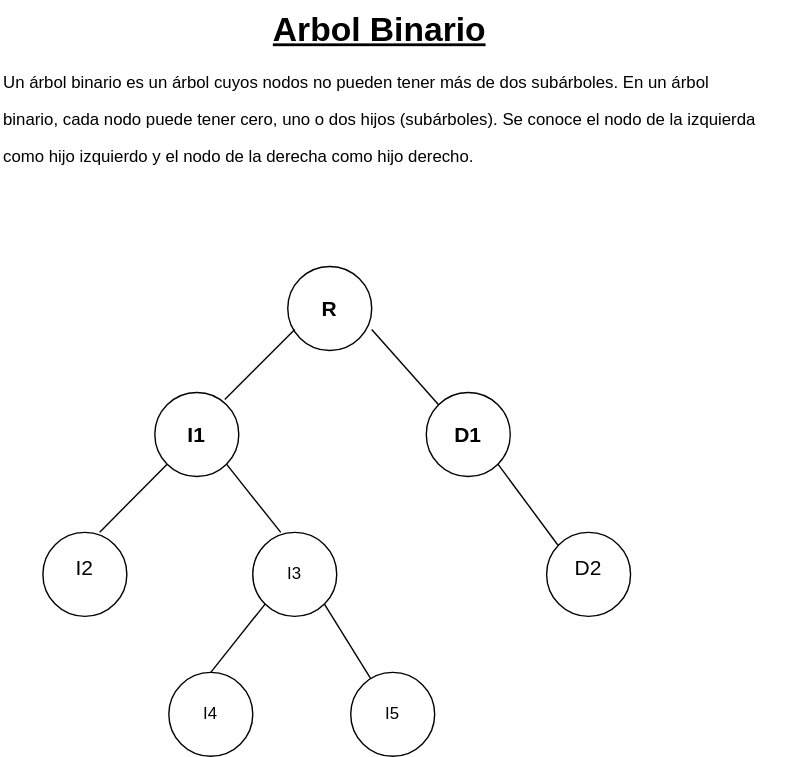
The draw.io diagram Estructura-de-datos/Arboles/Arbol-binario.drawio.svg in Nordcode-cyber/Algoritmos-Estructdatos, before a commit. Source tidied: cells renumbered, new cells last; positions are measured from the earlier drawing's top-left corner, leaving out a move shared by most shapes.
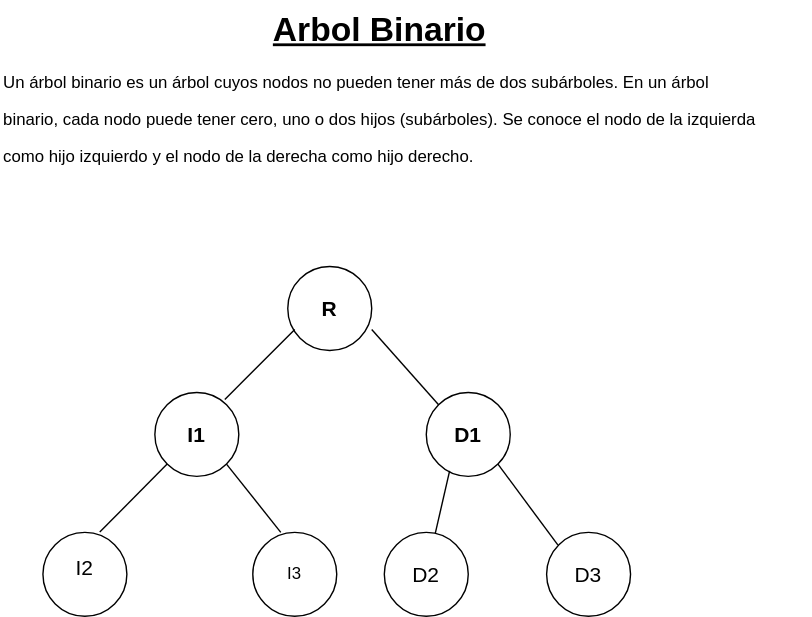
After the commit.

The edit, as a diff of the source:
```diff
@@ -53,33 +53,24 @@
       <mxGeometry x="390" y="380" width="60" height="60" as="geometry" />
     </mxCell>
     <mxCell id="17" value="&lt;span style=&quot;font-size: 15px;&quot;&gt;D2&lt;/span&gt;" style="text;html=1;align=center;verticalAlign=middle;whiteSpace=wrap;rounded=0;" parent="1" vertex="1">
-      <mxGeometry x="390" y="390" width="60" height="30" as="geometry" />
+      <mxGeometry x="274" y="395" width="60" height="30" as="geometry" />
     </mxCell>
     <mxCell id="18" style="endArrow=none;html=1;entryX=1;entryY=1;entryDx=0;entryDy=0;" parent="1" edge="1" target="4">
       <mxGeometry relative="1" as="geometry">
         <mxPoint x="398" y="389" as="sourcePoint" />
       </mxGeometry>
     </mxCell>
-    <mxCell id="19" style="ellipse;whiteSpace=wrap;html=1;fillColor=none;" parent="1" vertex="1">
-      <mxGeometry x="120" y="480" width="60" height="60" as="geometry" />
-    </mxCell>
-    <mxCell id="20" style="ellipse;whiteSpace=wrap;html=1;fillColor=none;" parent="1" vertex="1">
-      <mxGeometry x="250" y="480" width="60" height="60" as="geometry" />
-    </mxCell>
-    <mxCell id="21" value="I4" style="text;html=1;align=center;verticalAlign=middle;whiteSpace=wrap;rounded=0;" parent="1" vertex="1">
-      <mxGeometry x="120" y="495" width="60" height="30" as="geometry" />
-    </mxCell>
-    <mxCell id="22" value="I5" style="text;html=1;align=center;verticalAlign=middle;whiteSpace=wrap;rounded=0;" parent="1" vertex="1">
-      <mxGeometry x="250" y="495" width="60" height="30" as="geometry" />
-    </mxCell>
-    <mxCell id="23" style="endArrow=none;html=1;exitX=0.5;exitY=0;exitDx=0;exitDy=0;entryX=0;entryY=1;entryDx=0;entryDy=0;" parent="1" edge="1" source="19" target="11">
-      <mxGeometry relative="1" as="geometry" />
-    </mxCell>
-    <mxCell id="24" style="endArrow=none;html=1;entryX=1;entryY=1;entryDx=0;entryDy=0;" parent="1" edge="1" source="20" target="11">
-      <mxGeometry relative="1" as="geometry" />
-    </mxCell>
     <mxCell id="25" value="&lt;h1 style=&quot;text-align: center; margin-top: 0px;&quot;&gt;&lt;u&gt;Arbol Binario&lt;/u&gt;&lt;/h1&gt;&lt;p&gt;Un árbol binario es un árbol cuyos nodos no pueden tener más de dos subárboles. En un árbol&lt;/p&gt;&lt;p&gt;binario, cada nodo puede tener cero, uno o dos hijos (subárboles). Se conoce el nodo de la izquierda&lt;/p&gt;&lt;p&gt;como hijo izquierdo y el nodo de la derecha como hijo derecho.&lt;/p&gt;" style="text;html=1;whiteSpace=wrap;overflow=hidden;rounded=0;" parent="1" vertex="1">
       <mxGeometry width="580" height="150" as="geometry" />
     </mxCell>
+    <mxCell id="26" style="ellipse;whiteSpace=wrap;html=1;fillColor=none;" parent="1" vertex="1">
+      <mxGeometry x="274" y="380" width="60" height="60" as="geometry" />
+    </mxCell>
+    <mxCell id="27" style="endArrow=none;html=1;entryX=0.278;entryY=0.935;entryDx=0;entryDy=0;entryPerimeter=0;" parent="1" edge="1" source="26" target="4">
+      <mxGeometry relative="1" as="geometry" />
+    </mxCell>
+    <mxCell id="28" value="&lt;font style=&quot;font-size: 15px;&quot;&gt;D3&lt;/font&gt;" style="text;html=1;align=center;verticalAlign=middle;whiteSpace=wrap;rounded=0;" parent="1" vertex="1">
+      <mxGeometry x="390" y="395" width="60" height="30" as="geometry" />
+    </mxCell>
   </root>
 </mxGraphModel>
```
